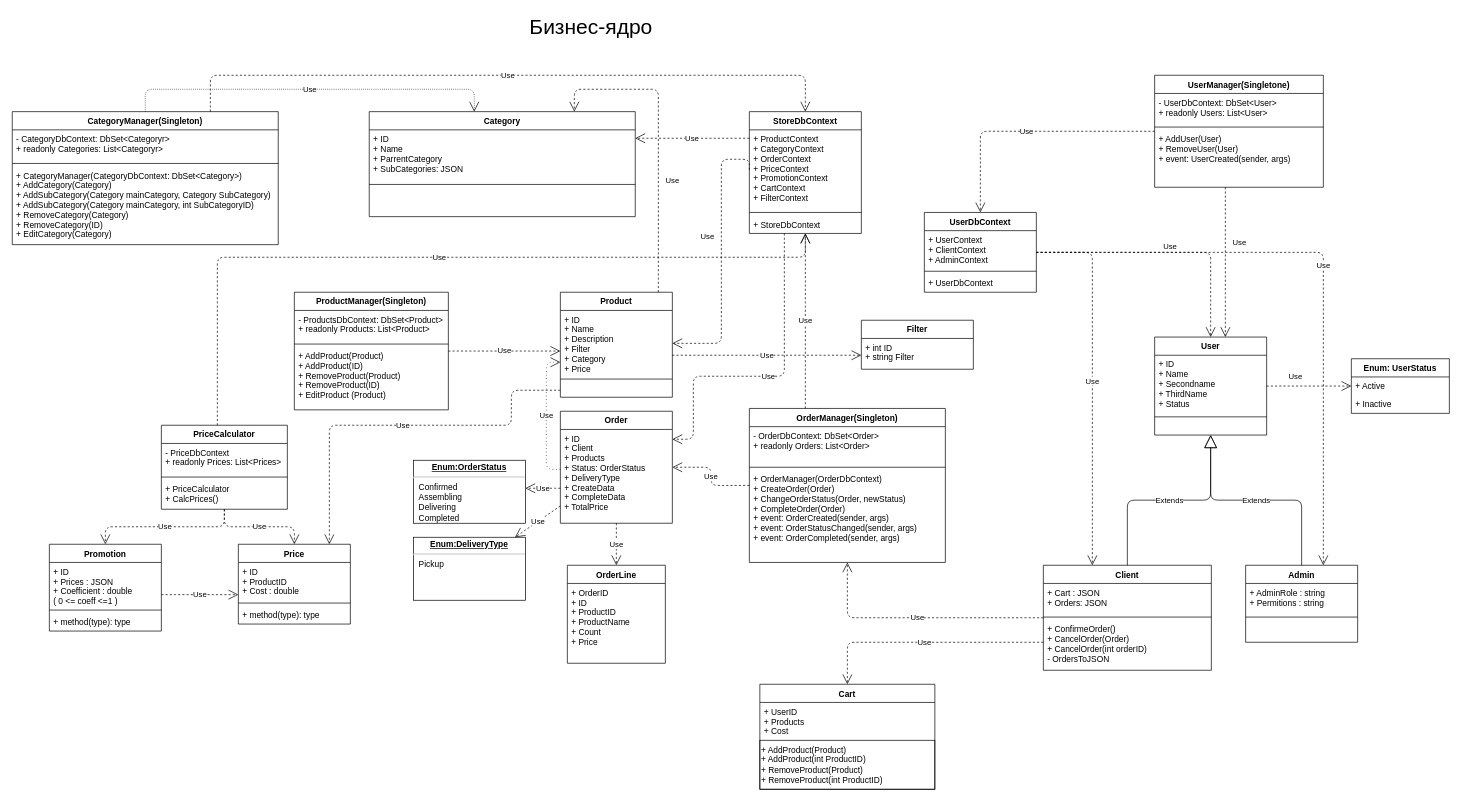
This is UML Diagram.drawio from ArtemGB/AlpakaStore, a draw.io file, before an edit. Source tidied: cells renumbered, new cells numbered last; positions are measured from the earlier drawing's top-left corner, leaving out a move shared by most shapes. Both pictures are drawn from the tidied source at 70%, with x=0, y=0 at pixel (12, 12).
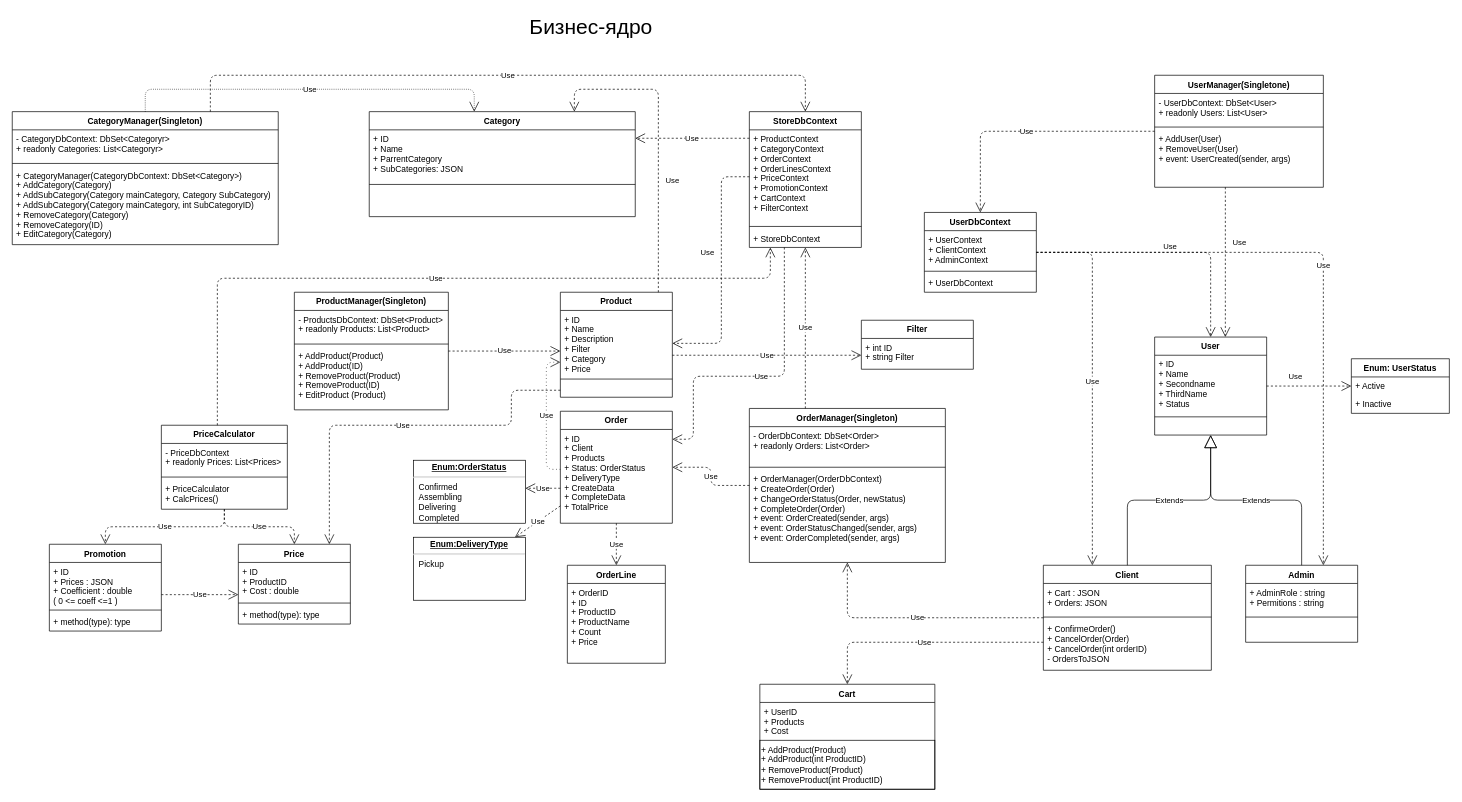
The same diagram, later.

Unchanged cells that the change refers to:
```xml
<mxCell id="5" value="Product" style="swimlane;fontStyle=1;align=center;verticalAlign=top;horizontal=1;startSize=26;" parent="1" vertex="1">
  <mxGeometry x="783" y="400" width="160" height="150" as="geometry" />
</mxCell>
<mxCell id="66" value="PriceCalculator" style="swimlane;fontStyle=1;align=center;verticalAlign=top;horizontal=1;startSize=26;" parent="1" vertex="1">
  <mxGeometry x="213" y="590" width="180" height="120" as="geometry" />
</mxCell>
```

Change to the diagram source:
```diff
@@
     <mxCell id="13" value="StoreDbContext" style="swimlane;fontStyle=1;align=center;verticalAlign=top;horizontal=1;startSize=26;" parent="1" vertex="1">
-      <mxGeometry x="1053" y="142" width="160" height="174" as="geometry" />
+      <mxGeometry x="1053" y="142" width="160" height="194" as="geometry" />
     </mxCell>
-    <mxCell id="14" value="+ ProductContext&#10;+ CategoryContext&#10;+ OrderContext&#10;+ PriceContext&#10;+ PromotionContext&#10;+ CartContext&#10;+ FilterContext" style="text;strokeColor=none;fillColor=none;align=left;verticalAlign=top;spacingLeft=4;spacingRight=4;overflow=hidden;points=[[0,0.5],[1,0.5]];portConstraint=eastwest;" parent="13" vertex="1">
-      <mxGeometry y="26" width="160" height="114" as="geometry" />
+    <mxCell id="14" value="+ ProductContext&#10;+ CategoryContext&#10;+ OrderContext&#10;+ OrderLinesContext&#10;+ PriceContext&#10;+ PromotionContext&#10;+ CartContext&#10;+ FilterContext" style="text;strokeColor=none;fillColor=none;align=left;verticalAlign=top;spacingLeft=4;spacingRight=4;overflow=hidden;points=[[0,0.5],[1,0.5]];portConstraint=eastwest;" parent="13" vertex="1">
+      <mxGeometry y="26" width="160" height="134" as="geometry" />
     </mxCell>
     <mxCell id="15" style="line;strokeWidth=1;fillColor=none;align=left;verticalAlign=middle;spacingTop=-1;spacingLeft=3;spacingRight=3;labelPosition=right;" parent="13" vertex="1">
-      <mxGeometry y="140" width="160" height="8" as="geometry" />
+      <mxGeometry y="160" width="160" height="8" as="geometry" />
     </mxCell>
     <mxCell id="16" value="+ StoreDbContext" style="text;strokeColor=none;fillColor=none;align=left;verticalAlign=top;spacingLeft=4;spacingRight=4;overflow=hidden;" parent="13" vertex="1">
-      <mxGeometry y="148" width="160" height="26" as="geometry" />
+      <mxGeometry y="168" width="160" height="26" as="geometry" />
     </mxCell>
@@
     <mxCell id="39" value="Use" style="endArrow=open;endSize=12;dashed=1;html=1;exitX=0;exitY=0.5;exitDx=0;exitDy=0;edgeStyle=orthogonalEdgeStyle;" parent="1" edge="1" source="14" target="5">
       <mxGeometry x="-0.15" y="-20" relative="1" as="geometry">
         <Array as="points">
-          <mxPoint x="1053" y="210" />
-          <mxPoint x="1013" y="210" />
+          <mxPoint x="1013" y="235" />
           <mxPoint x="1013" y="473" />
         </Array>
       </mxGeometry>
     </mxCell>
@@
     <mxCell id="72" value="Use" style="endArrow=open;endSize=12;dashed=1;html=1;edgeStyle=orthogonalEdgeStyle;" parent="1" edge="1" source="66" target="13">
       <mxGeometry relative="1" as="geometry">
         <Array as="points">
-          <mxPoint x="293" y="350" />
-          <mxPoint x="1133" y="350" />
+          <mxPoint x="293" y="380" />
+          <mxPoint x="1083" y="380" />
         </Array>
       </mxGeometry>
     </mxCell>
```
